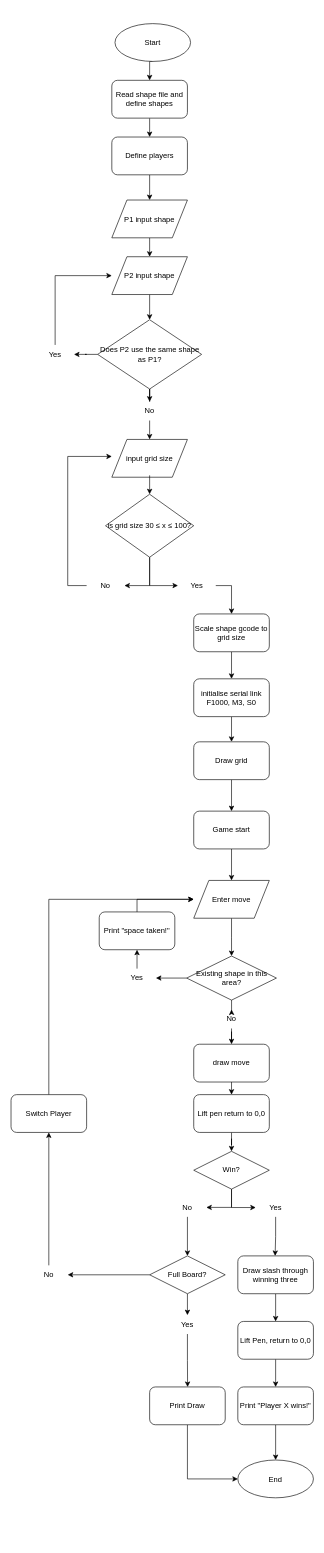
This is flowchart.drawio from notseronk/Software-Project, a draw.io file, before an edit. Source tidied: cells renumbered, new cells numbered last; positions are measured from the earlier drawing's top-left corner, leaving out a move shared by most shapes. Both pictures are drawn from the tidied source at 63%, with x=0, y=0 at pixel (11, 23).
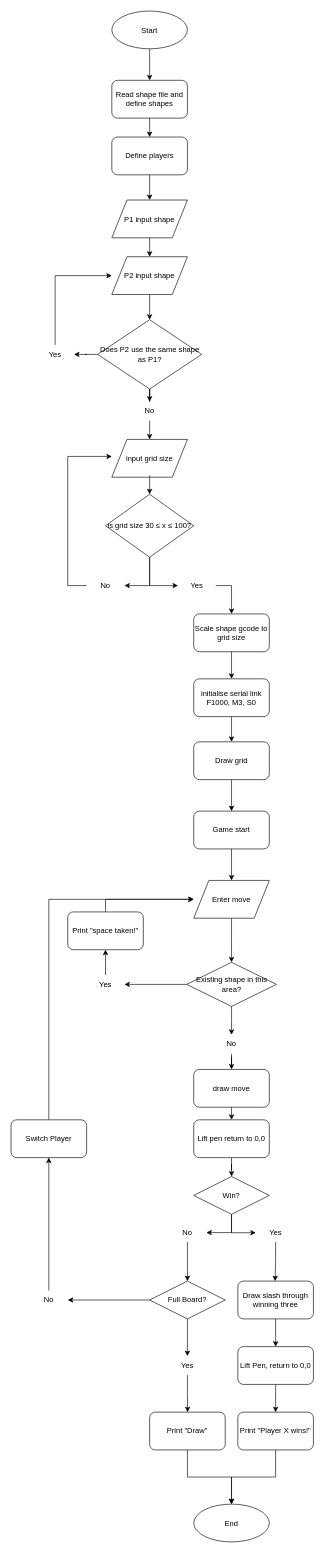
The same diagram, later.

Change to the diagram source:
```diff
@@
     <mxCell id="16" value="Start" style="ellipse;" parent="1" vertex="1">
-      <mxGeometry x="165" width="120" height="60" as="geometry" />
+      <mxGeometry x="160" y="-20" width="120" height="60" as="geometry" />
     </mxCell>
@@
     <mxCell id="37" value="draw move" style="rounded=1;whiteSpace=wrap;html=1;roundedPerimeter=1;" parent="1" vertex="1">
-      <mxGeometry x="290" y="1620" width="120" height="60" as="geometry" />
+      <mxGeometry x="290" y="1660" width="120" height="60" as="geometry" />
     </mxCell>
@@
     <mxCell id="39" value="Win?" style="rhombus;whiteSpace=wrap;html=1;" parent="1" vertex="1">
-      <mxGeometry x="290" y="1790" width="120" height="60" as="geometry" />
+      <mxGeometry x="290" y="1830" width="120" height="60" as="geometry" />
     </mxCell>
     <mxCell id="40" value="End" style="ellipse;" parent="1" vertex="1">
-      <mxGeometry x="360" y="2280" width="120" height="60" as="geometry" />
+      <mxGeometry x="290" y="2350" width="120" height="60" as="geometry" />
     </mxCell>
@@
     <mxCell id="43" value="&lt;font style=&quot;font-size: 12px;&quot;&gt;Existing shape in this area?&lt;/font&gt;" style="rhombus;whiteSpace=wrap;html=1;" parent="1" vertex="1">
-      <mxGeometry x="278.8" y="1480" width="142.5" height="70" as="geometry" />
+      <mxGeometry x="278.8" y="1490" width="142.5" height="70" as="geometry" />
     </mxCell>
@@
     <mxCell id="45" value="Yes" style="text;html=1;whiteSpace=wrap;strokeColor=none;fillColor=none;align=center;verticalAlign=middle;rounded=0;" parent="1" vertex="1">
-      <mxGeometry x="170" y="1500" width="60" height="30" as="geometry" />
+      <mxGeometry x="120" y="1510" width="60" height="30" as="geometry" />
     </mxCell>
@@
     <mxCell id="47" value="No" style="text;html=1;whiteSpace=wrap;strokeColor=none;fillColor=none;align=center;verticalAlign=middle;rounded=0;" parent="1" vertex="1">
-      <mxGeometry x="320" y="1565" width="60" height="30" as="geometry" />
+      <mxGeometry x="320" y="1605" width="60" height="30" as="geometry" />
     </mxCell>
@@
     <mxCell id="49" value="Lift pen return to 0,0" style="rounded=1;whiteSpace=wrap;html=1;roundedPerimeter=1;" parent="1" vertex="1">
-      <mxGeometry x="290" y="1700" width="120" height="60" as="geometry" />
+      <mxGeometry x="290" y="1740" width="120" height="60" as="geometry" />
     </mxCell>
     <mxCell id="50" style="edgeStyle=orthogonalEdgeStyle;rounded=0;jettySize=auto;html=1;exitX=0.5;exitY=1;exitDx=0;exitDy=0;defaultLabelBackgroundColor=page;labelPadding=0 4;entryX=-0.026;entryY=0.508;entryDx=0;entryDy=0;entryPerimeter=0;" parent="1" edge="1" source="39" target="57">
       <mxGeometry x="-0.04" relative="1" as="geometry">
         <Array as="points">
-          <mxPoint x="350" y="1879.2" />
+          <mxPoint x="350" y="1919.2" />
         </Array>
       </mxGeometry>
     </mxCell>
@@
     <mxCell id="52" value="Draw slash through winning three" style="rounded=1;whiteSpace=wrap;html=1;roundedPerimeter=1;" parent="1" vertex="1">
-      <mxGeometry x="360" y="1956" width="120" height="60" as="geometry" />
+      <mxGeometry x="360" y="1996" width="120" height="60" as="geometry" />
     </mxCell>
@@
     <mxCell id="55" value="Full Board?" style="rhombus;whiteSpace=wrap;html=1;" parent="1" vertex="1">
-      <mxGeometry x="220" y="1956" width="120" height="60" as="geometry" />
+      <mxGeometry x="220" y="1996" width="120" height="60" as="geometry" />
     </mxCell>
@@
     <mxCell id="57" value="Yes" style="text;html=1;whiteSpace=wrap;strokeColor=none;fillColor=none;align=center;verticalAlign=middle;rounded=0;" parent="1" vertex="1">
-      <mxGeometry x="390" y="1864" width="60" height="30" as="geometry" />
+      <mxGeometry x="390" y="1904" width="60" height="30" as="geometry" />
     </mxCell>
@@
     <mxCell id="59" value="No" style="text;html=1;whiteSpace=wrap;strokeColor=none;fillColor=none;align=center;verticalAlign=middle;rounded=0;" parent="1" vertex="1">
-      <mxGeometry x="250" y="1864" width="60" height="30" as="geometry" />
+      <mxGeometry x="250" y="1904" width="60" height="30" as="geometry" />
     </mxCell>
@@
     <mxCell id="61" value="No" style="text;html=1;whiteSpace=wrap;strokeColor=none;fillColor=none;align=center;verticalAlign=middle;rounded=0;" parent="1" vertex="1">
-      <mxGeometry x="30" y="1971" width="60" height="30" as="geometry" />
+      <mxGeometry x="30" y="2011" width="60" height="30" as="geometry" />
     </mxCell>
@@
     <mxCell id="63" value="Switch Player" style="rounded=1;whiteSpace=wrap;html=1;roundedPerimeter=1;" parent="1" vertex="1">
-      <mxGeometry y="1700" width="120" height="60" as="geometry" />
+      <mxGeometry y="1740" width="120" height="60" as="geometry" />
     </mxCell>
-    <mxCell id="64" style="edgeStyle=orthogonalEdgeStyle;rounded=0;jettySize=auto;html=1;exitX=0.5;exitY=1;exitDx=0;exitDy=0;entryX=0;entryY=0.5;entryDx=0;entryDy=0;defaultLabelBackgroundColor=page;labelPadding=0 4;" parent="1" edge="1" source="65" target="40">
+    <mxCell id="64" style="edgeStyle=orthogonalEdgeStyle;rounded=0;jettySize=auto;html=1;exitX=0.5;exitY=1;exitDx=0;exitDy=0;entryX=0.5;entryY=0;entryDx=0;entryDy=0;defaultLabelBackgroundColor=page;labelPadding=0 4;" parent="1" edge="1" source="65" target="40">
       <mxGeometry relative="1" as="geometry" />
     </mxCell>
-    <mxCell id="65" value="Print Draw" style="rounded=1;whiteSpace=wrap;html=1;roundedPerimeter=1;" parent="1" vertex="1">
-      <mxGeometry x="220" y="2164" width="120" height="60" as="geometry" />
+    <mxCell id="65" value="Print &quot;Draw&quot;" style="rounded=1;whiteSpace=wrap;html=1;roundedPerimeter=1;" parent="1" vertex="1">
+      <mxGeometry x="220" y="2204" width="120" height="60" as="geometry" />
     </mxCell>
@@
     <mxCell id="67" value="Print &quot;Player X wins!&quot;" style="rounded=1;whiteSpace=wrap;html=1;roundedPerimeter=1;" parent="1" vertex="1">
-      <mxGeometry x="360" y="2164" width="120" height="60" as="geometry" />
+      <mxGeometry x="360" y="2204" width="120" height="60" as="geometry" />
     </mxCell>
@@
     <mxCell id="69" value="Yes" style="text;html=1;whiteSpace=wrap;strokeColor=none;fillColor=none;align=center;verticalAlign=middle;rounded=0;" parent="1" vertex="1">
-      <mxGeometry x="250" y="2050" width="60" height="30" as="geometry" />
+      <mxGeometry x="250" y="2115" width="60" height="30" as="geometry" />
     </mxCell>
@@
     <mxCell id="71" value="Lift Pen, return to 0,0" style="rounded=1;whiteSpace=wrap;html=1;roundedPerimeter=1;" parent="1" vertex="1">
-      <mxGeometry x="360" y="2060" width="120" height="60" as="geometry" />
+      <mxGeometry x="360" y="2100" width="120" height="60" as="geometry" />
     </mxCell>
@@
     <mxCell id="75" value="Print &quot;space taken!&quot;" style="rounded=1;whiteSpace=wrap;html=1;roundedPerimeter=1;" parent="1" vertex="1">
-      <mxGeometry x="140" y="1410" width="120" height="60" as="geometry" />
+      <mxGeometry x="90" y="1410" width="120" height="60" as="geometry" />
     </mxCell>
```
